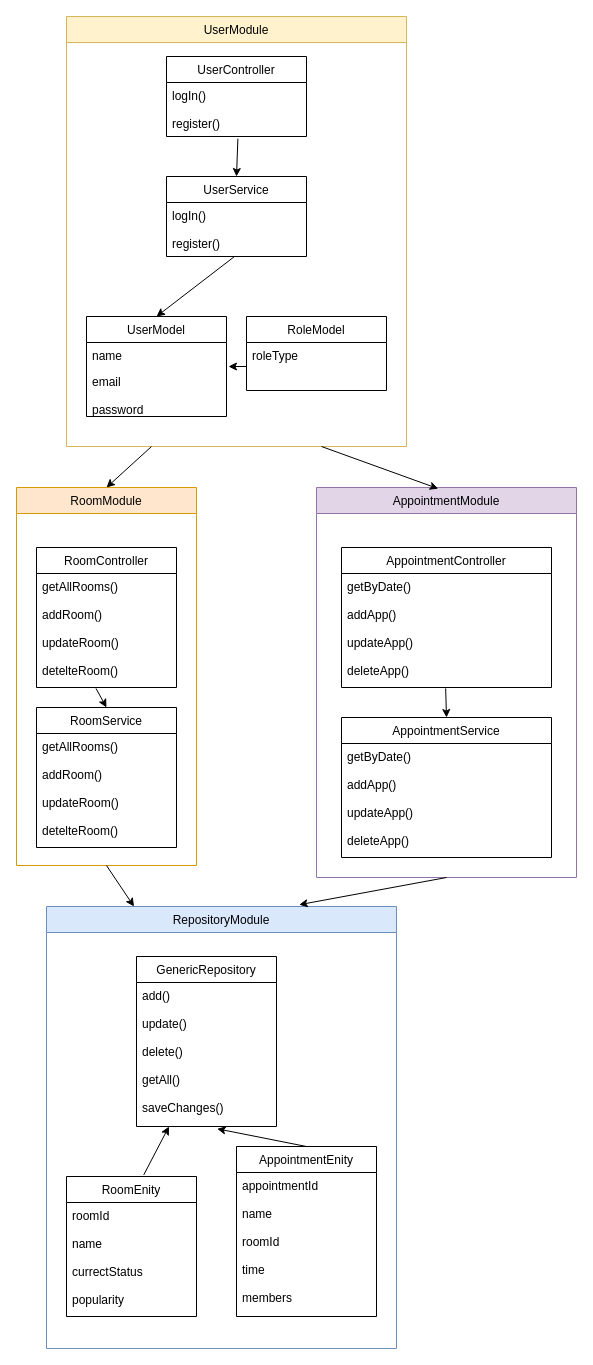
Above: Diagram.drawio in Kastumm/internship (draw.io), before the change. Source tidied: cells renumbered, new cells numbered last; positions are measured from the earlier drawing's top-left corner, leaving out a move shared by most shapes. Both pictures are drawn from the tidied source at 100%, with x=0, y=0 at pixel (16, 16).
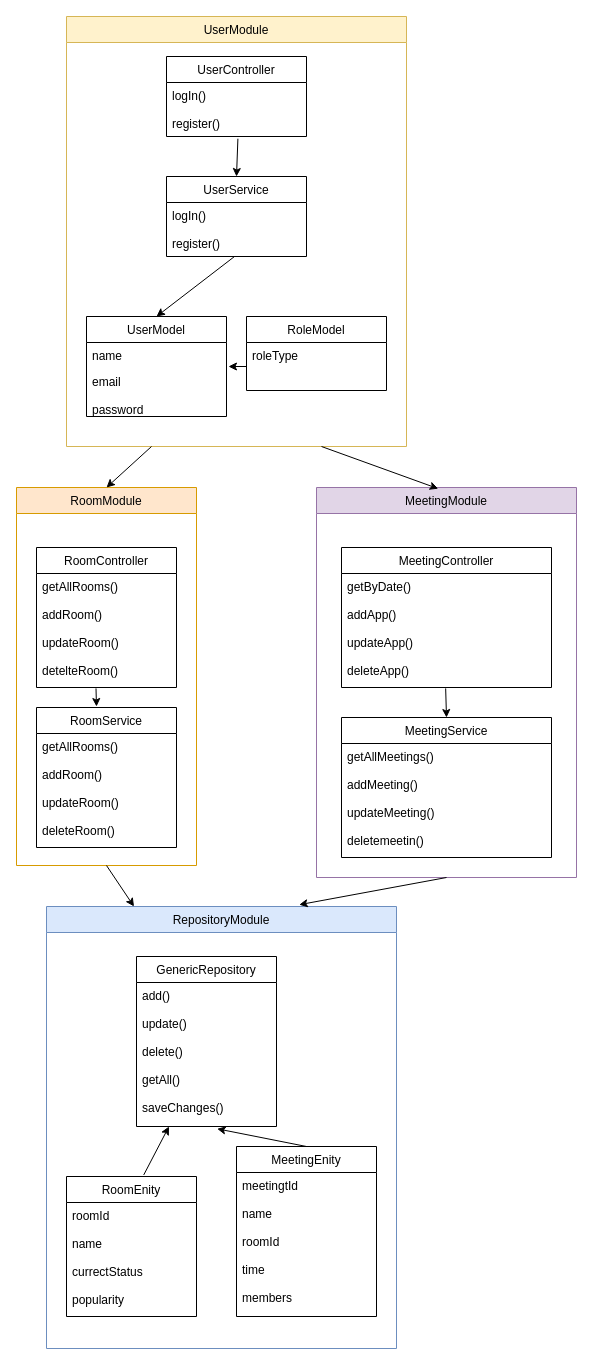
Above is the later version.

Unchanged cells that the change refers to:
```xml
<mxCell id="17" value="RoomService" style="swimlane;fontStyle=0;horizontal=1;startSize=26;fillColor=none;" parent="1" vertex="1">
  <mxGeometry x="20" y="691" width="140" height="140" as="geometry" />
</mxCell>
<mxCell id="22" value="getAllRooms()&#10;&#10;addRoom()&#10;&#10;updateRoom()&#10;&#10;detelteRoom()" style="text;strokeColor=none;fillColor=none;align=left;verticalAlign=top;spacingLeft=4;spacingRight=4;overflow=hidden;points=[[0,0.5],[1,0.5]];portConstraint=eastwest;" parent="21" vertex="1">
  <mxGeometry y="26" width="140" height="114" as="geometry" />
</mxCell>
```

The edit, as a diff of the source:
```diff
@@
-    <mxCell id="13" value="AppointmentEnity" style="swimlane;fontStyle=0;horizontal=1;startSize=26;fillColor=none;" parent="1" vertex="1">
+    <mxCell id="13" value="MeetingEnity" style="swimlane;fontStyle=0;horizontal=1;startSize=26;fillColor=none;" parent="1" vertex="1">
       <mxGeometry x="220" y="1130" width="140" height="170" as="geometry" />
     </mxCell>
-    <mxCell id="14" value="appointmentId&#10;&#10;name&#10;&#10;roomId&#10;&#10;time&#10;&#10;members" style="text;strokeColor=none;fillColor=none;align=left;verticalAlign=top;spacingLeft=4;spacingRight=4;overflow=hidden;" parent="13" vertex="1">
+    <mxCell id="14" value="meetingtId&#10;&#10;name&#10;&#10;roomId&#10;&#10;time&#10;&#10;members" style="text;strokeColor=none;fillColor=none;align=left;verticalAlign=top;spacingLeft=4;spacingRight=4;overflow=hidden;" parent="13" vertex="1">
       <mxGeometry y="26" width="140" height="144" as="geometry" />
     </mxCell>
@@
-    <mxCell id="18" value="getAllRooms()&#10;&#10;addRoom()&#10;&#10;updateRoom()&#10;&#10;detelteRoom()" style="text;strokeColor=none;fillColor=none;align=left;verticalAlign=top;spacingLeft=4;spacingRight=4;overflow=hidden;" parent="17" vertex="1">
+    <mxCell id="18" value="getAllRooms()&#10;&#10;addRoom()&#10;&#10;updateRoom()&#10;&#10;deleteRoom()" style="text;strokeColor=none;fillColor=none;align=left;verticalAlign=top;spacingLeft=4;spacingRight=4;overflow=hidden;" parent="17" vertex="1">
       <mxGeometry y="26" width="140" height="114" as="geometry" />
     </mxCell>
-    <mxCell id="19" value="AppointmentService" style="swimlane;fontStyle=0;horizontal=1;startSize=26;fillColor=none;" parent="1" vertex="1">
+    <mxCell id="19" value="MeetingService" style="swimlane;fontStyle=0;horizontal=1;startSize=26;fillColor=none;" parent="1" vertex="1">
       <mxGeometry x="325" y="701" width="210" height="140" as="geometry" />
     </mxCell>
-    <mxCell id="20" value="getByDate()&#10;&#10;addApp()&#10;&#10;updateApp()&#10;&#10;deleteApp()" style="text;strokeColor=none;fillColor=none;align=left;verticalAlign=top;spacingLeft=4;spacingRight=4;overflow=hidden;" parent="19" vertex="1">
+    <mxCell id="20" value="getAllMeetings()&#10;&#10;addMeeting()&#10;&#10;updateMeeting()&#10;&#10;deletemeetin()" style="text;strokeColor=none;fillColor=none;align=left;verticalAlign=top;spacingLeft=4;spacingRight=4;overflow=hidden;" parent="19" vertex="1">
       <mxGeometry y="26" width="210" height="114" as="geometry" />
     </mxCell>
@@
-    <mxCell id="23" value="AppointmentController" style="swimlane;fontStyle=0;horizontal=1;startSize=26;fillColor=none;" parent="1" vertex="1">
+    <mxCell id="23" value="MeetingController" style="swimlane;fontStyle=0;horizontal=1;startSize=26;fillColor=none;" parent="1" vertex="1">
       <mxGeometry x="325" y="531" width="210" height="140" as="geometry" />
     </mxCell>
@@
-    <mxCell id="27" value="AppointmentModule" style="swimlane;fontStyle=0;horizontal=1;startSize=26;fillColor=#e1d5e7;strokeColor=#9673a6;" parent="1" vertex="1">
+    <mxCell id="27" value="MeetingModule" style="swimlane;fontStyle=0;horizontal=1;startSize=26;fillColor=#e1d5e7;strokeColor=#9673a6;" parent="1" vertex="1">
       <mxGeometry x="300" y="471" width="260" height="390" as="geometry" />
     </mxCell>
@@
-    <mxCell id="36" style="endArrow=classic;html=1;exitX=0.425;exitY=1.008;exitDx=0;exitDy=0;entryX=0.5;entryY=0;entryDx=0;entryDy=0;exitPerimeter=0;" parent="1" edge="1" source="22" target="17">
-      <mxGeometry relative="1" as="geometry" />
+    <mxCell id="36" style="endArrow=classic;html=1;exitX=0.425;exitY=1.008;exitDx=0;exitDy=0;exitPerimeter=0;" parent="1" edge="1" source="22">
+      <mxGeometry relative="1" as="geometry">
+        <mxPoint x="80" y="690" as="targetPoint" />
+      </mxGeometry>
     </mxCell>
```
